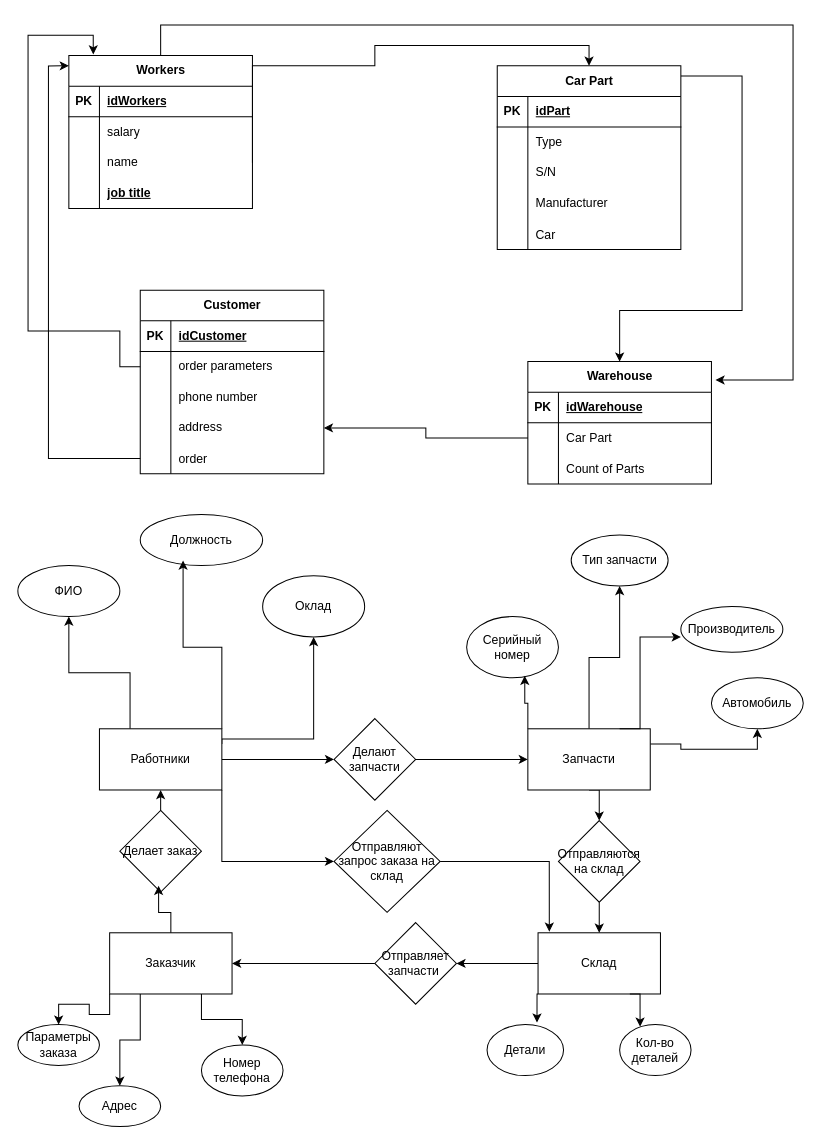
Above: Завод автозапчастей.drawio in DEX2207/AutoPartManufacturer (draw.io), before the change. Source tidied: cells renumbered, new cells numbered last; positions are measured from the earlier drawing's top-left corner, leaving out a move shared by most shapes. Both pictures are drawn from the tidied source at 102%, with x=0, y=0 at pixel (17, 24).
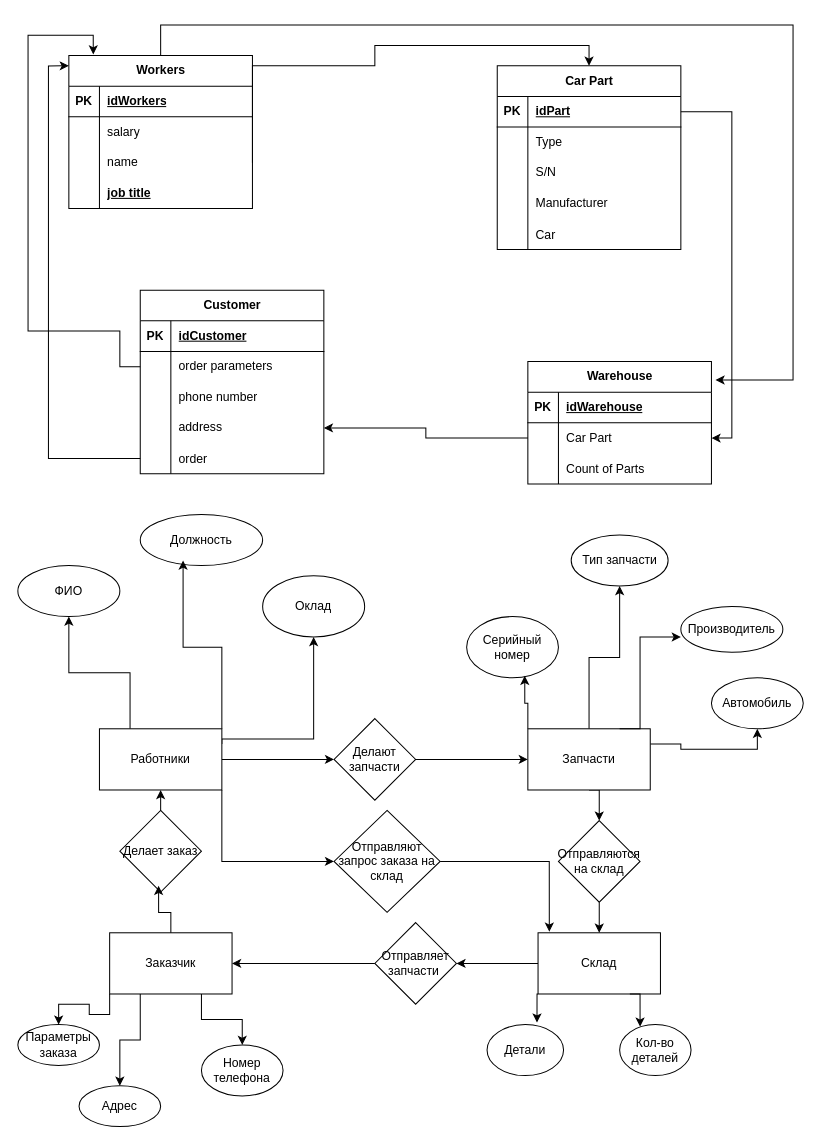
The same diagram, later.

The change refers to these unchanged cells:
```xml
<mxCell id="16" value="Car Part" style="shape=table;startSize=30;childLayout=tableLayout;rowLines=0;fontStyle=1;align=center;html=1;" parent="1" vertex="1">
  <mxGeometry x="470" y="40" width="180" height="180" as="geometry" />
</mxCell>
<mxCell id="17" style="shape=tableRow;horizontal=0;startSize=0;swimlaneHead=0;swimlaneBody=0;fillColor=none;points=[[0,0.5],[1,0.5]];portConstraint=eastwest;top=0;left=0;right=0;bottom=1;" parent="16" vertex="1">
  <mxGeometry y="30" width="180" height="30" as="geometry" />
</mxCell>
<mxCell id="48" value="Warehouse" style="shape=table;startSize=30;childLayout=tableLayout;rowLines=0;fontStyle=1;align=center;html=1;" parent="1" vertex="1">
  <mxGeometry x="500" y="330" width="180" height="120" as="geometry" />
</mxCell>
<mxCell id="52" style="shape=tableRow;horizontal=0;startSize=0;swimlaneHead=0;swimlaneBody=0;fillColor=none;points=[[0,0.5],[1,0.5]];portConstraint=eastwest;top=0;left=0;right=0;bottom=0;" parent="48" vertex="1">
  <mxGeometry y="60" width="180" height="30" as="geometry" />
</mxCell>
```

Diff of the diagram source:
```diff
@@
-    <mxCell id="15" style="edgeStyle=orthogonalEdgeStyle;rounded=0;jettySize=auto;html=1;entryX=0.5;entryY=0;entryDx=0;entryDy=0;" parent="1" edge="1" source="16" target="48">
-      <mxGeometry relative="1" as="geometry">
-        <Array as="points">
-          <mxPoint x="710" y="50" />
-          <mxPoint x="710" y="280" />
-          <mxPoint x="590" y="280" />
-        </Array>
-      </mxGeometry>
-    </mxCell>
@@
+    <mxCell id="106" style="edgeStyle=orthogonalEdgeStyle;rounded=0;jettySize=auto;html=1;entryX=1;entryY=0.5;entryDx=0;entryDy=0;" parent="1" edge="1" source="17" target="52">
+      <mxGeometry relative="1" as="geometry" />
+    </mxCell>
```
